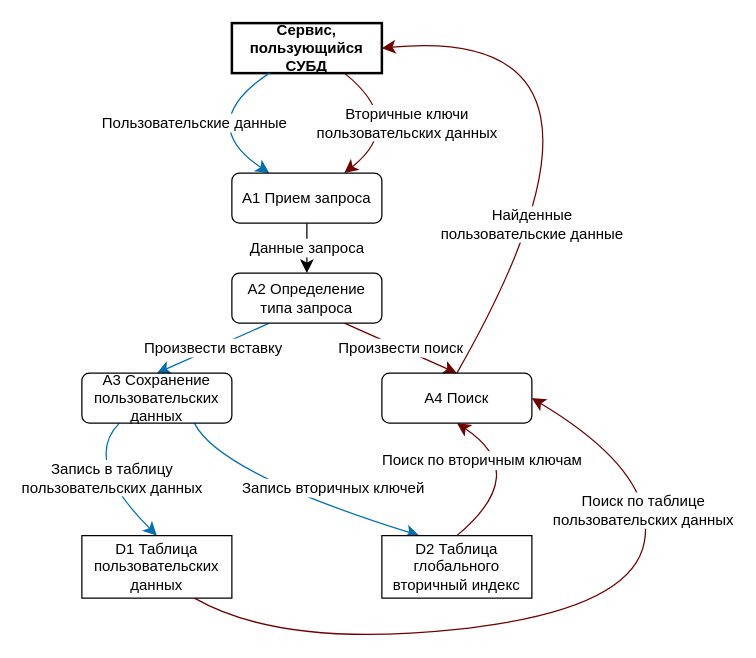
Above: page "plugin-dfd1" (12 of 17) of diploma/schemas.drawio in vitosotdihaet/pind (draw.io), before the change. Source tidied: cells renumbered, new cells numbered last; positions are measured from the earlier drawing's top-left corner, leaving out a move shared by most shapes. Both pictures are drawn from the tidied source at 125%, with x=0, y=0 at pixel (81, 22).
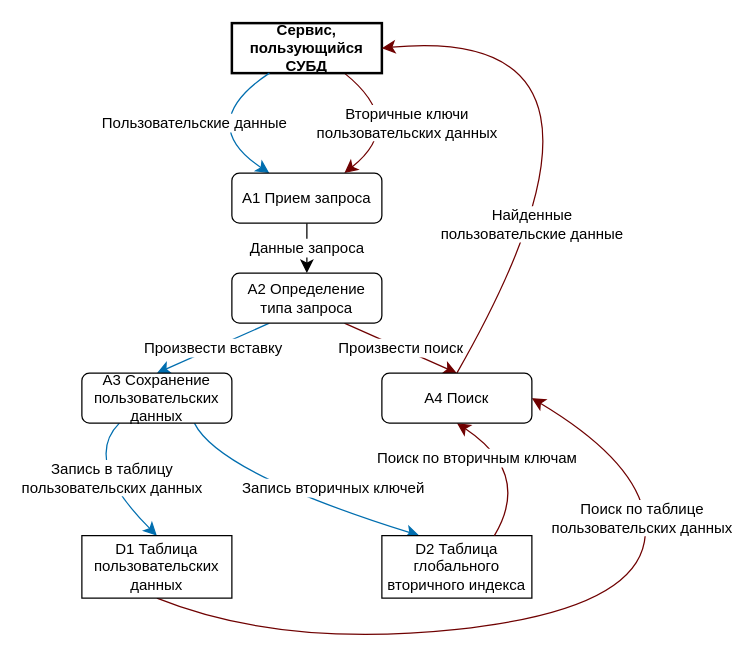
After the change.

The change refers to these unchanged cells:
```xml
<mxCell id="12" value="D1 Таблица пользовательских данных" style="whiteSpace=wrap;html=1;rounded=0;glass=0;" parent="1" vertex="1">
  <mxGeometry y="410" width="120" height="50" as="geometry" />
</mxCell>
<mxCell id="18" value="A4 Поиск" style="rounded=1;whiteSpace=wrap;html=1;" parent="1" vertex="1">
  <mxGeometry x="240" y="280" width="120" height="40" as="geometry" />
</mxCell>
```

Change to the diagram source:
```diff
@@
-    <mxCell id="6" value="D2 Таблица глобального вторичный индекс" style="whiteSpace=wrap;html=1;rounded=0;glass=0;" parent="1" vertex="1">
+    <mxCell id="6" value="D2 Таблица глобального вторичного индекса" style="whiteSpace=wrap;html=1;rounded=0;glass=0;" parent="1" vertex="1">
       <mxGeometry x="240" y="410" width="120" height="50" as="geometry" />
     </mxCell>
@@
-    <mxCell id="8" value="Поиск по вторичным ключам" style="edgeStyle=none;curved=1;rounded=0;jettySize=auto;html=1;entryX=0.5;entryY=0;entryDx=0;entryDy=0;fontSize=12;startSize=8;endSize=8;exitX=0.5;exitY=1;exitDx=0;exitDy=0;fillColor=#a20025;strokeColor=#6F0000;startArrow=classic;startFill=1;endArrow=none;endFill=0;" parent="1" edge="1" source="18" target="6">
+    <mxCell id="8" value="Поиск по вторичным ключам" style="edgeStyle=none;curved=1;rounded=0;jettySize=auto;html=1;entryX=0.75;entryY=0;entryDx=0;entryDy=0;fontSize=12;startSize=8;endSize=8;exitX=0.5;exitY=1;exitDx=0;exitDy=0;fillColor=#a20025;strokeColor=#6F0000;startArrow=classic;startFill=1;endArrow=none;endFill=0;" parent="1" edge="1" source="18" target="6">
       <mxGeometry x="-0.56" y="-14" relative="1" as="geometry">
         <Array as="points">
           <mxPoint x="360" y="360" />
         </Array>
       </mxGeometry>
     </mxCell>
-    <mxCell id="9" value="Поиск по таблице&lt;div&gt;пользовательских данных&lt;/div&gt;" style="edgeStyle=none;curved=1;rounded=0;jettySize=auto;html=1;entryX=0.75;entryY=1;entryDx=0;entryDy=0;fontSize=12;startSize=8;endSize=8;exitX=1;exitY=0.5;exitDx=0;exitDy=0;fillColor=#a20025;strokeColor=#6F0000;startArrow=classic;startFill=1;endArrow=none;endFill=0;" parent="1" edge="1" source="18" target="12">
+    <mxCell id="9" value="Поиск по таблице&lt;div&gt;пользовательских данных&lt;/div&gt;" style="edgeStyle=none;curved=1;rounded=0;jettySize=auto;html=1;entryX=0.5;entryY=1;entryDx=0;entryDy=0;fontSize=12;startSize=8;endSize=8;exitX=1;exitY=0.5;exitDx=0;exitDy=0;fillColor=#a20025;strokeColor=#6F0000;startArrow=classic;startFill=1;endArrow=none;endFill=0;" parent="1" edge="1" source="18" target="12">
       <mxGeometry x="-0.5" y="-4" relative="1" as="geometry">
         <Array as="points">
           <mxPoint x="460" y="360" />
           <mxPoint x="440" y="470" />
           <mxPoint x="160" y="500" />
         </Array>
         <mxPoint x="-1" as="offset" />
       </mxGeometry>
     </mxCell>
```
